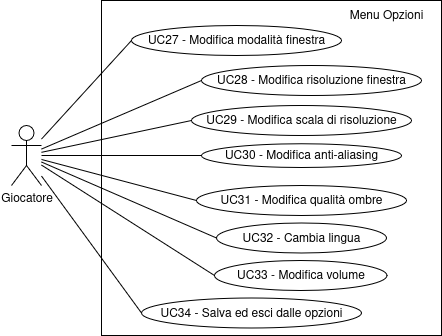
This is Documentazione/source/imgs/uc-menu_opzioni.png from fliposab/ProgettoStage, a draw.io export, as it was before one commit. Source tidied: cells renumbered, new cells last; positions are measured from the earlier drawing's top-left corner, leaving out a move shared by most shapes.
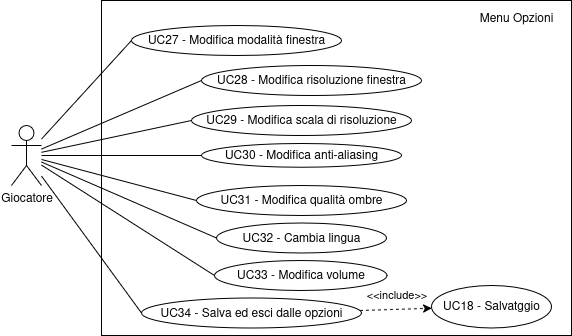
Later version of the same file.

What changed in the source:
```diff
@@ -3,7 +3,7 @@
     <mxCell id="0" />
     <mxCell id="1" parent="0" />
     <mxCell id="2" style="rounded=0;whiteSpace=wrap;html=1;gradientColor=none;" parent="1" vertex="1">
-      <mxGeometry x="90" width="340" height="335" as="geometry" />
+      <mxGeometry x="90" width="470" height="335" as="geometry" />
     </mxCell>
     <mxCell id="3" style="rounded=0;jettySize=auto;html=1;entryX=0;entryY=0.5;entryDx=0;entryDy=0;endArrow=none;startFill=0;" parent="1" edge="1" source="4" target="5">
       <mxGeometry relative="1" as="geometry" />
@@ -15,7 +15,7 @@
       <mxGeometry x="120" y="25" width="210" height="30" as="geometry" />
     </mxCell>
     <mxCell id="6" value="Menu Opzioni" style="text;html=1;align=center;verticalAlign=middle;whiteSpace=wrap;rounded=0;" parent="1" vertex="1">
-      <mxGeometry x="330" width="90" height="30" as="geometry" />
+      <mxGeometry x="460" y="2.5" width="90" height="30" as="geometry" />
     </mxCell>
     <mxCell id="7" value="&lt;div&gt;UC28 - Modifica risoluzione finestra&lt;/div&gt;" style="ellipse;whiteSpace=wrap;html=1;" parent="1" vertex="1">
       <mxGeometry x="190" y="65" width="220" height="30" as="geometry" />
@@ -59,5 +59,16 @@
     <mxCell id="20" style="rounded=0;jettySize=auto;html=1;endArrow=none;startFill=0;entryX=0;entryY=0.5;entryDx=0;entryDy=0;" parent="1" edge="1" source="4" target="19">
       <mxGeometry relative="1" as="geometry" />
     </mxCell>
+    <mxCell id="21" value="UC18 - Salvatggio" style="ellipse;whiteSpace=wrap;html=1;" parent="1" vertex="1">
+      <mxGeometry x="420" y="285" width="120" height="42.5" as="geometry" />
+    </mxCell>
+    <mxCell id="22" style="rounded=0;jettySize=auto;html=1;dashed=1;" parent="1" edge="1" source="19" target="21">
+      <mxGeometry relative="1" as="geometry" />
+    </mxCell>
+    <mxCell id="23" value="&amp;lt;&amp;lt;include&amp;gt;&amp;gt;" style="edgeLabel;html=1;align=center;verticalAlign=middle;" parent="22" vertex="1">
+      <mxGeometry x="0.36" y="-3" relative="1" as="geometry">
+        <mxPoint x="-12" y="-17" as="offset" />
+      </mxGeometry>
+    </mxCell>
   </root>
 </mxGraphModel>
```
